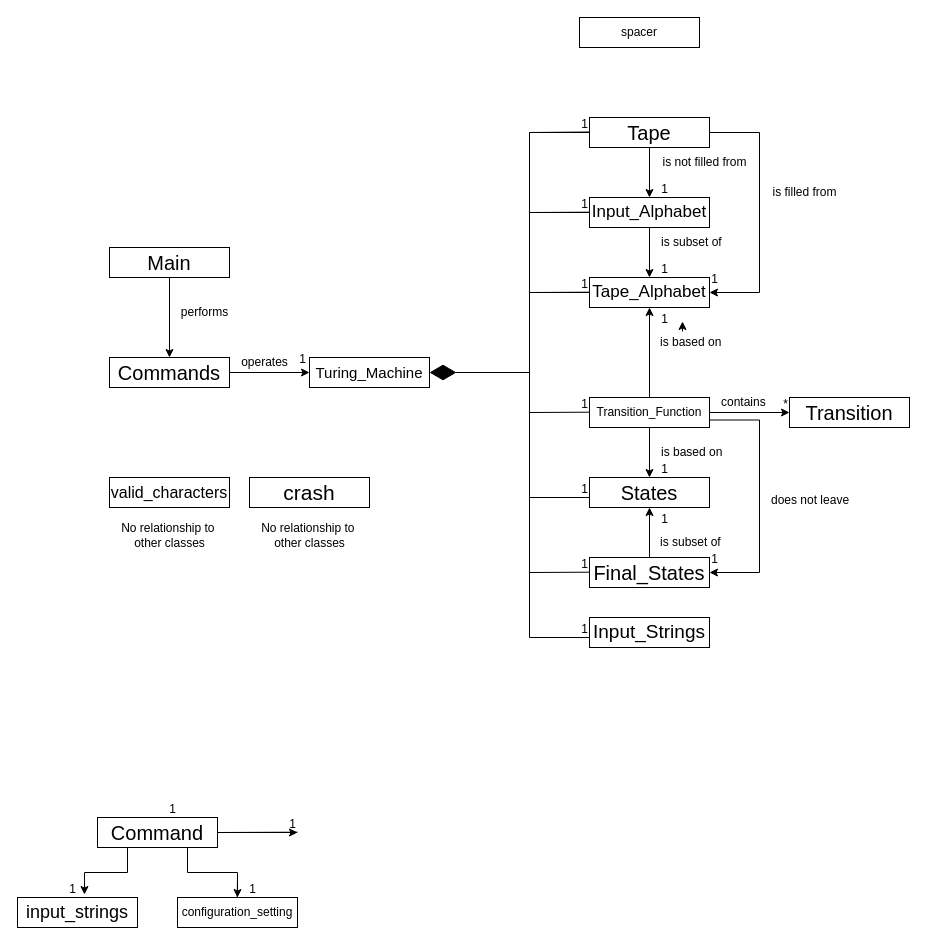
Above: Untitled Diagram.drawio in IgorBCode/cv (draw.io), before the change. Source tidied: cells renumbered, new cells numbered last; positions are measured from the earlier drawing's top-left corner, leaving out a move shared by most shapes. Both pictures are drawn from the tidied source at 100%, with x=0, y=0 at pixel (17, 17).
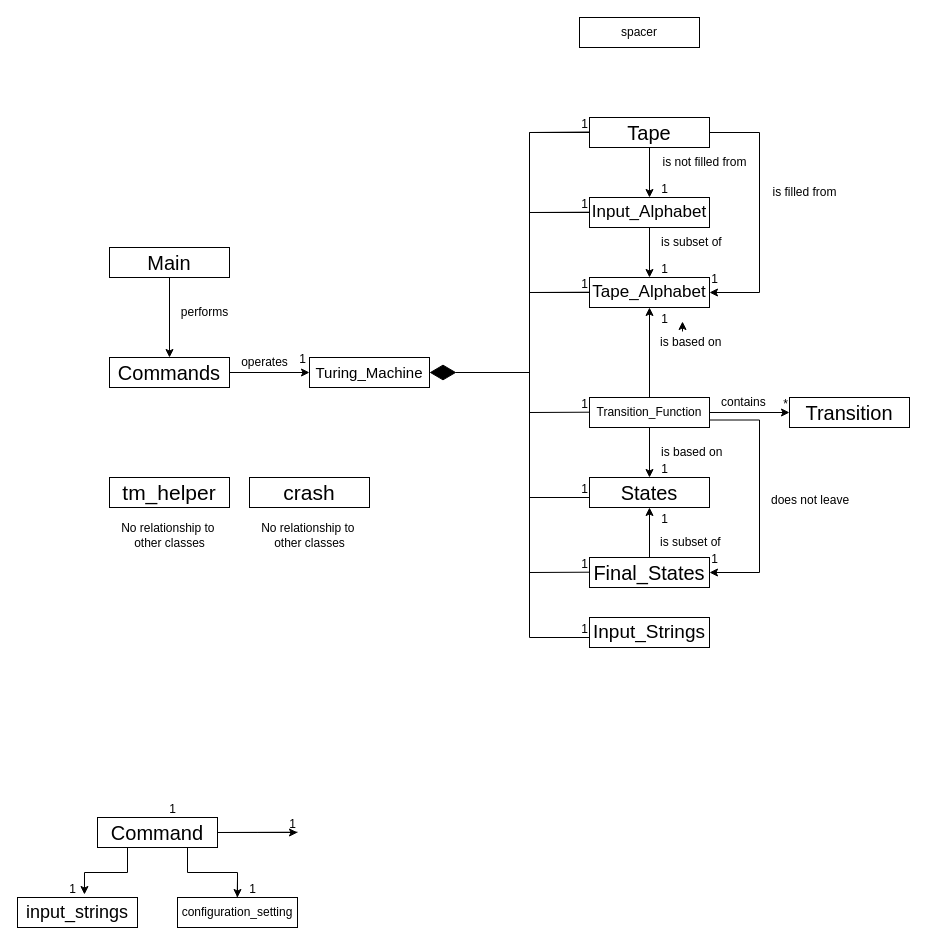
The same diagram, later.

What changed in the source:
```diff
@@
-    <mxCell id="73" value="&lt;font style=&quot;font-size: 16px;&quot;&gt;valid_characters&lt;/font&gt;" style="html=1;whiteSpace=wrap;" parent="1" vertex="1">
+    <mxCell id="73" value="&lt;font style=&quot;font-size: 21px;&quot;&gt;tm_helper&lt;/font&gt;" style="html=1;whiteSpace=wrap;" parent="1" vertex="1">
       <mxGeometry x="92" y="460" width="120" height="30" as="geometry" />
     </mxCell>
```
